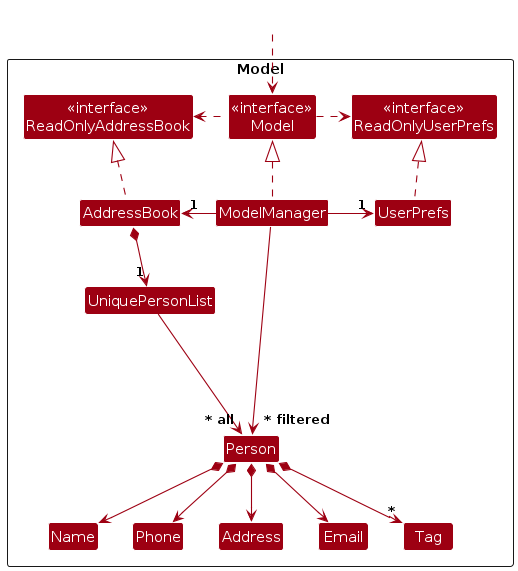
The PlantUML diagram diagrams/ModelClassDiagram.png in AY2627S1-CS2103T-T13-1/tp, before a commit. Its source is kept beside it as diagrams/ModelClassDiagram.puml. The source it was exported from:
```plantuml
@startuml
!include style.puml
skinparam arrowThickness 1.1
skinparam arrowColor MODEL_COLOR
skinparam classBackgroundColor MODEL_COLOR

Package Model as ModelPackage <<Rectangle>>{
Class "<<interface>>\nReadOnlyAddressBook" as ReadOnlyAddressBook
Class "<<interface>>\nReadOnlyUserPrefs" as ReadOnlyUserPrefs
Class "<<interface>>\nModel" as Model
Class AddressBook
Class ModelManager
Class UserPrefs

Class UniquePersonList
Class Person
Class Address
Class Email
Class Name
Class Phone
Class Tag

Class I #FFFFFF
}

Class HiddenOutside #FFFFFF
HiddenOutside ..> Model

AddressBook .up.|> ReadOnlyAddressBook

ModelManager .up.|> Model
Model .right.> ReadOnlyUserPrefs
Model .left.> ReadOnlyAddressBook
ModelManager -left-> "1" AddressBook
ModelManager -right-> "1" UserPrefs
UserPrefs .up.|> ReadOnlyUserPrefs

AddressBook *--> "1" UniquePersonList
UniquePersonList --> "~* all" Person
Person *--> Name
Person *--> Phone
Person *--> Email
Person *--> Address
Person *--> "*" Tag

Person -[hidden]up--> I
UniquePersonList -[hidden]right-> I

Name -[hidden]right-> Phone
Phone -[hidden]right-> Address
Address -[hidden]right-> Email

ModelManager --> "~* filtered" Person
@enduml
```
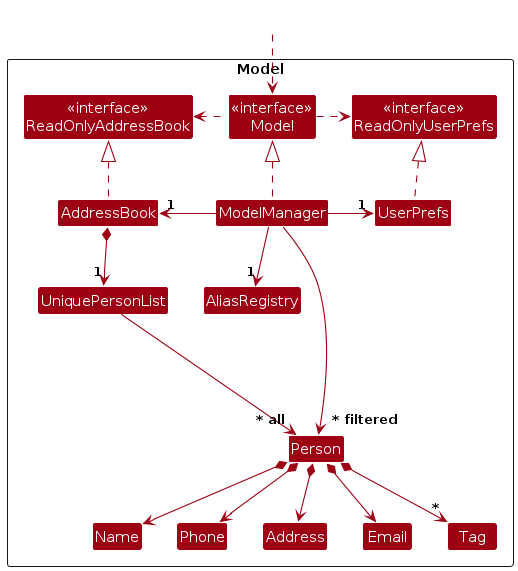
After the change.

Diff of the diagram source:
```diff
@@ -11,6 +11,7 @@
 Class AddressBook
 Class ModelManager
 Class UserPrefs
+Class AliasRegistry
 
 Class UniquePersonList
 Class Person
@@ -33,6 +34,7 @@
 Model .left.> ReadOnlyAddressBook
 ModelManager -left-> "1" AddressBook
 ModelManager -right-> "1" UserPrefs
+ModelManager -down-> "1" AliasRegistry
 UserPrefs .up.|> ReadOnlyUserPrefs
 
 AddressBook *--> "1" UniquePersonList
```
